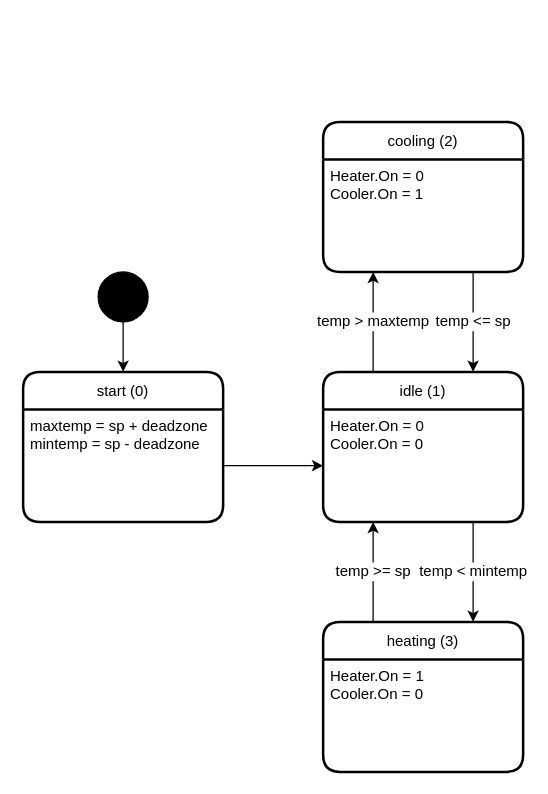
Earlier version of the draw.io diagram stationeers - thermostat ic.drawio (dtandersen/stationeers-library). Source tidied: cells renumbered, new cells numbered last; positions are measured from the earlier drawing's top-left corner, leaving out a move shared by most shapes. Both pictures are drawn from the tidied source at 125%, with x=0, y=0 at pixel (22, 121).
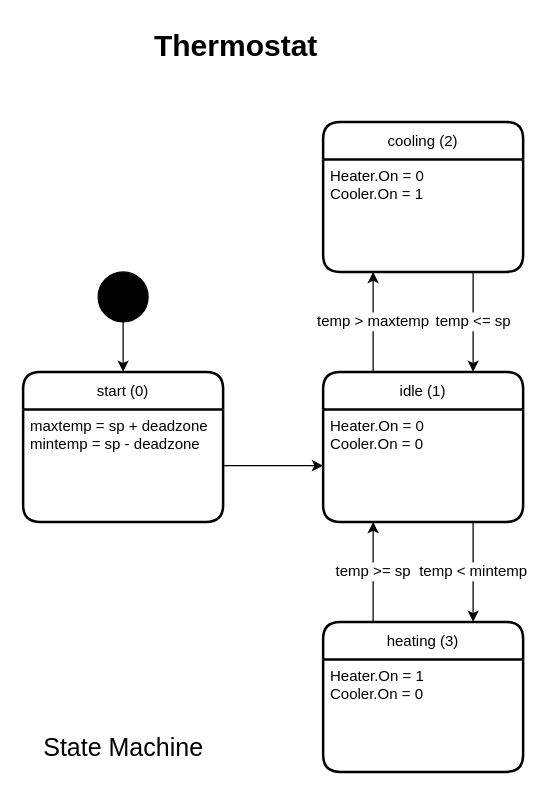
The same diagram, later.

The edit, as a diff of the source:
```diff
@@
 <mxGraphModel>
   <root>
     <mxCell id="0" />
     <mxCell id="1" parent="0" />
     <mxCell id="2" style="edgeStyle=orthogonalEdgeStyle;rounded=0;jettySize=auto;html=1;exitX=1;exitY=0.5;exitDx=0;exitDy=0;entryX=0;entryY=0.5;entryDx=0;entryDy=0;fontFamily=Atkinson Hyperlegible;fontSize=12;" parent="1" edge="1" source="16" target="8">
       <mxGeometry relative="1" as="geometry" />
     </mxCell>
     <mxCell id="3" style="edgeStyle=orthogonalEdgeStyle;rounded=0;jettySize=auto;html=1;entryX=0.5;entryY=0;entryDx=0;entryDy=0;fontFamily=Atkinson Hyperlegible;fontSize=12;" parent="1" edge="1" source="4" target="15">
       <mxGeometry relative="1" as="geometry" />
     </mxCell>
     <mxCell id="4" style="ellipse;whiteSpace=wrap;html=1;fillColor=#000000;fontFamily=Atkinson Hyperlegible;fontSize=12;" parent="1" vertex="1">
       <mxGeometry x="60" y="120" width="40" height="40" as="geometry" />
     </mxCell>
     <mxCell id="5" value="temp &amp;gt; maxtemp" style="edgeStyle=orthogonalEdgeStyle;rounded=0;jettySize=auto;html=1;exitX=0.25;exitY=0;exitDx=0;exitDy=0;entryX=0.25;entryY=1;entryDx=0;entryDy=0;fontFamily=Atkinson Hyperlegible;fontSize=12;" parent="1" edge="1" source="7" target="13">
       <mxGeometry relative="1" as="geometry" />
     </mxCell>
     <mxCell id="6" value="temp &amp;lt; mintemp" style="edgeStyle=orthogonalEdgeStyle;rounded=0;jettySize=auto;html=1;exitX=0.75;exitY=1;exitDx=0;exitDy=0;entryX=0.75;entryY=0;entryDx=0;entryDy=0;fontFamily=Atkinson Hyperlegible;fontSize=12;" parent="1" edge="1" source="8" target="10">
       <mxGeometry relative="1" as="geometry" />
     </mxCell>
     <mxCell id="7" value="idle (1)" style="swimlane;horizontal=1;startSize=30;rounded=1;fontSize=12;fontStyle=0;strokeWidth=2;shadow=0;dashed=0;align=center;fontFamily=Atkinson Hyperlegible;" parent="1" vertex="1">
       <mxGeometry x="240" y="200" width="160" height="120" as="geometry" />
     </mxCell>
     <mxCell id="8" value="Heater.On = 0&#10;Cooler.On = 0" style="align=left;strokeColor=none;fillColor=none;spacingLeft=4;fontSize=12;verticalAlign=top;fontFamily=Atkinson Hyperlegible;" parent="7" vertex="1">
       <mxGeometry y="30" width="160" height="90" as="geometry" />
     </mxCell>
     <mxCell id="9" value="temp &amp;gt;= sp" style="edgeStyle=orthogonalEdgeStyle;rounded=0;jettySize=auto;html=1;exitX=0.25;exitY=0;exitDx=0;exitDy=0;entryX=0.25;entryY=1;entryDx=0;entryDy=0;fontFamily=Atkinson Hyperlegible;fontSize=12;" parent="1" edge="1" source="10" target="8">
       <mxGeometry relative="1" as="geometry" />
     </mxCell>
     <mxCell id="10" value="heating (3)" style="swimlane;horizontal=1;startSize=30;rounded=1;fontSize=12;fontStyle=0;strokeWidth=2;shadow=0;dashed=0;align=center;fontFamily=Atkinson Hyperlegible;" parent="1" vertex="1">
       <mxGeometry x="240" y="400" width="160" height="120" as="geometry" />
     </mxCell>
     <mxCell id="11" value="Heater.On = 1&#10;Cooler.On = 0" style="align=left;strokeColor=none;fillColor=none;spacingLeft=4;fontSize=12;verticalAlign=top;fontFamily=Atkinson Hyperlegible;" parent="10" vertex="1">
       <mxGeometry y="30" width="160" height="90" as="geometry" />
     </mxCell>
     <mxCell id="12" value="cooling (2)" style="swimlane;horizontal=1;startSize=30;rounded=1;fontSize=12;fontStyle=0;strokeWidth=2;shadow=0;dashed=0;align=center;fontFamily=Atkinson Hyperlegible;" parent="1" vertex="1">
       <mxGeometry x="240" width="160" height="120" as="geometry" />
     </mxCell>
     <mxCell id="13" value="Heater.On = 0&#10;Cooler.On = 1" style="align=left;strokeColor=none;fillColor=none;spacingLeft=4;fontSize=12;verticalAlign=top;fontFamily=Atkinson Hyperlegible;" parent="12" vertex="1">
       <mxGeometry y="30" width="160" height="90" as="geometry" />
     </mxCell>
     <mxCell id="14" value="temp &amp;lt;= sp" style="edgeStyle=orthogonalEdgeStyle;rounded=0;jettySize=auto;html=1;exitX=0.75;exitY=1;exitDx=0;exitDy=0;entryX=0.75;entryY=0;entryDx=0;entryDy=0;fontFamily=Atkinson Hyperlegible;fontSize=12;" parent="1" edge="1" source="13" target="7">
       <mxGeometry relative="1" as="geometry" />
     </mxCell>
     <mxCell id="15" value="start (0)" style="swimlane;horizontal=1;startSize=30;rounded=1;fontSize=12;fontStyle=0;strokeWidth=2;shadow=0;dashed=0;align=center;fontFamily=Atkinson Hyperlegible;" parent="1" vertex="1">
       <mxGeometry y="200" width="160" height="120" as="geometry" />
     </mxCell>
     <mxCell id="16" value="maxtemp = sp + deadzone&#10;mintemp = sp - deadzone" style="align=left;strokeColor=none;fillColor=none;spacingLeft=4;fontSize=12;verticalAlign=top;fontFamily=Atkinson Hyperlegible;" parent="15" vertex="1">
       <mxGeometry y="30" width="160" height="90" as="geometry" />
     </mxCell>
+    <mxCell id="17" value="State Machine" style="text;html=1;align=center;verticalAlign=middle;strokeColor=none;fillColor=none;fontSize=20;fontFamily=Atkinson Hyperlegible;fontStyle=0;" parent="1" vertex="1">
+      <mxGeometry y="480" width="160" height="40" as="geometry" />
+    </mxCell>
+    <mxCell id="18" value="Thermostat" style="text;html=1;align=center;verticalAlign=middle;strokeColor=none;fillColor=none;fontSize=24;fontFamily=Atkinson Hyperlegible;fontStyle=1;" parent="1" vertex="1">
+      <mxGeometry x="90" y="-80" width="160" height="40" as="geometry" />
+    </mxCell>
   </root>
 </mxGraphModel>
```
